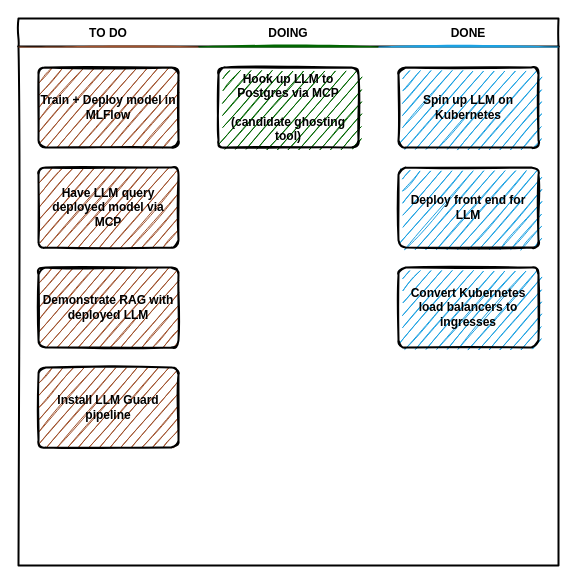
Earlier version of the draw.io diagram Kanban.drawio (rhprasad0/homelab). Source tidied: cells renumbered, new cells numbered last; positions are measured from the earlier drawing's top-left corner, leaving out a move shared by most shapes. Both pictures are drawn from the tidied source at 100%, with x=0, y=0 at pixel (18, 18).
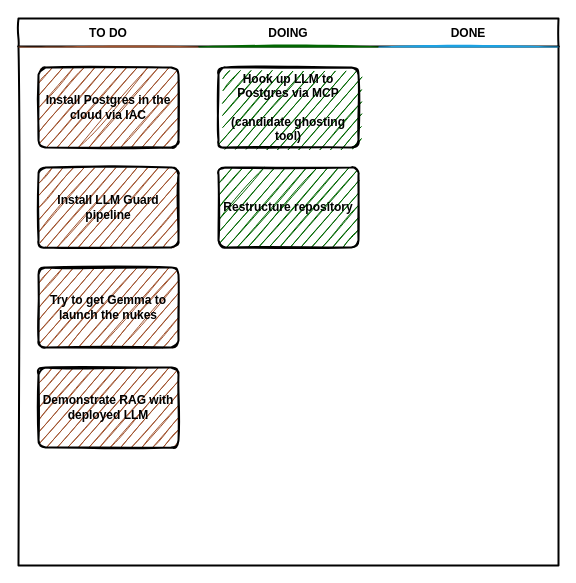
Above is the later version.

What changed in the source:
```diff
@@
 <mxGraphModel>
   <root>
     <mxCell id="0" />
     <mxCell id="1" parent="0" />
     <mxCell id="2" style="swimlane;fontStyle=2;horizontal=1;startSize=28;swimlaneFillColor=none;fontFamily=Permanent Marker;fontSize=16;verticalAlign=top;stackBorder=0;strokeWidth=2;sketch=1;disableMultiStroke=1;" parent="1" vertex="1">
       <mxGeometry width="540" height="547" as="geometry" />
     </mxCell>
     <mxCell id="3" value="TO DO" style="swimlane;strokeWidth=2;fontFamily=Permanent Marker;html=0;startSize=1;verticalAlign=bottom;spacingBottom=5;stackBorder=20;sketch=1;strokeColor=none;fillStyle=solid;fillColor=#A0522D;" parent="2" vertex="1">
       <mxGeometry y="28" width="180" height="519" as="geometry" />
     </mxCell>
-    <mxCell id="4" value="Train + Deploy model in MLFlow" style="whiteSpace=wrap;html=1;strokeWidth=2;fillColor=swimlane;fontStyle=1;spacingTop=0;rounded=1;arcSize=9;sketch=1;fontFamily=Permanent Marker;hachureGap=8;fillWeight=1;" parent="3" vertex="1">
-      <mxGeometry x="20" y="21" width="140" height="80" as="geometry" />
-    </mxCell>
-    <mxCell id="5" value="&lt;div&gt;Have LLM query deployed model via MCP&lt;/div&gt;" style="whiteSpace=wrap;html=1;strokeWidth=2;fillColor=swimlane;fontStyle=1;spacingTop=0;rounded=1;arcSize=9;sketch=1;fontFamily=Permanent Marker;hachureGap=8;fillWeight=1;" parent="3" vertex="1">
-      <mxGeometry x="20" y="121" width="140" height="80" as="geometry" />
-    </mxCell>
+    <mxCell id="14" value="Install Postgres in the cloud via IAC" style="whiteSpace=wrap;html=1;strokeWidth=2;fillColor=swimlane;fontStyle=1;spacingTop=0;rounded=1;arcSize=9;sketch=1;fontFamily=Permanent Marker;hachureGap=8;fillWeight=1;" parent="3" vertex="1">
+      <mxGeometry x="20" y="21" width="140" height="80" as="geometry" />
+    </mxCell>
+    <mxCell id="7" value="Install LLM Guard pipeline" style="whiteSpace=wrap;html=1;strokeWidth=2;fillColor=swimlane;fontStyle=1;spacingTop=0;rounded=1;arcSize=9;sketch=1;fontFamily=Permanent Marker;hachureGap=8;fillWeight=1;" parent="3" vertex="1">
+      <mxGeometry x="20" y="121" width="140" height="80" as="geometry" />
+    </mxCell>
+    <mxCell id="15" value="Try to get Gemma to launch the nukes" style="whiteSpace=wrap;html=1;strokeWidth=2;fillColor=swimlane;fontStyle=1;spacingTop=0;rounded=1;arcSize=9;sketch=1;fontFamily=Permanent Marker;hachureGap=8;fillWeight=1;" parent="3" vertex="1">
+      <mxGeometry x="20" y="221" width="140" height="80" as="geometry" />
+    </mxCell>
     <mxCell id="6" value="Demonstrate RAG with deployed LLM" style="whiteSpace=wrap;html=1;strokeWidth=2;fillColor=swimlane;fontStyle=1;spacingTop=0;rounded=1;arcSize=9;sketch=1;fontFamily=Permanent Marker;hachureGap=8;fillWeight=1;" parent="3" vertex="1">
-      <mxGeometry x="20" y="221" width="140" height="80" as="geometry" />
+      <mxGeometry x="20" y="321" width="140" height="80" as="geometry" />
     </mxCell>
-    <mxCell id="7" value="Install LLM Guard pipeline" style="whiteSpace=wrap;html=1;strokeWidth=2;fillColor=swimlane;fontStyle=1;spacingTop=0;rounded=1;arcSize=9;sketch=1;fontFamily=Permanent Marker;hachureGap=8;fillWeight=1;" parent="3" vertex="1">
-      <mxGeometry x="20" y="321" width="140" height="80" as="geometry" />
-    </mxCell>
     <mxCell id="8" value="DOING" style="swimlane;strokeWidth=2;fontFamily=Permanent Marker;html=0;startSize=1;verticalAlign=bottom;spacingBottom=5;stackBorder=20;sketch=1;strokeColor=none;fillStyle=solid;fillColor=#006600;" parent="2" vertex="1">
       <mxGeometry x="180" y="28" width="180" height="519" as="geometry" />
     </mxCell>
     <mxCell id="9" value="&lt;div&gt;Hook up LLM to Postgres via MCP&lt;/div&gt;&lt;div&gt;&lt;br&gt;&lt;/div&gt;&lt;div&gt;(candidate ghosting tool)&lt;/div&gt;" style="whiteSpace=wrap;html=1;strokeWidth=2;fillColor=swimlane;fontStyle=1;spacingTop=0;rounded=1;arcSize=9;sketch=1;fontFamily=Permanent Marker;hachureGap=8;fillWeight=1;" parent="8" vertex="1">
       <mxGeometry x="20" y="21" width="140" height="80" as="geometry" />
     </mxCell>
+    <mxCell id="16" value="Restructure repository" style="whiteSpace=wrap;html=1;strokeWidth=2;fillColor=swimlane;fontStyle=1;spacingTop=0;rounded=1;arcSize=9;sketch=1;fontFamily=Permanent Marker;hachureGap=8;fillWeight=1;" parent="8" vertex="1">
+      <mxGeometry x="20" y="121" width="140" height="80" as="geometry" />
+    </mxCell>
     <mxCell id="10" value="DONE" style="swimlane;strokeWidth=2;fontFamily=Permanent Marker;html=0;startSize=1;verticalAlign=bottom;spacingBottom=5;stackBorder=20;sketch=1;strokeColor=none;fillStyle=solid;fillColor=#1BA1E2;" parent="2" vertex="1">
       <mxGeometry x="360" y="28" width="180" height="519" as="geometry" />
     </mxCell>
-    <mxCell id="11" value="Spin up LLM on Kubernetes" style="whiteSpace=wrap;html=1;strokeWidth=2;fillColor=swimlane;fontStyle=1;spacingTop=0;rounded=1;arcSize=9;sketch=1;fontFamily=Permanent Marker;hachureGap=8;fillWeight=1;" parent="10" vertex="1">
-      <mxGeometry x="20" y="21" width="140" height="80" as="geometry" />
-    </mxCell>
-    <mxCell id="12" value="Deploy front end for LLM" style="whiteSpace=wrap;html=1;strokeWidth=2;fillColor=swimlane;fontStyle=1;spacingTop=0;rounded=1;arcSize=9;sketch=1;fontFamily=Permanent Marker;hachureGap=8;fillWeight=1;" parent="10" vertex="1">
-      <mxGeometry x="20" y="121" width="140" height="80" as="geometry" />
-    </mxCell>
-    <mxCell id="13" value="Convert Kubernetes load balancers to ingresses" style="whiteSpace=wrap;html=1;strokeWidth=2;fillColor=swimlane;fontStyle=1;spacingTop=0;rounded=1;arcSize=9;sketch=1;fontFamily=Permanent Marker;hachureGap=8;fillWeight=1;" parent="10" vertex="1">
-      <mxGeometry x="20" y="221" width="140" height="80" as="geometry" />
-    </mxCell>
   </root>
 </mxGraphModel>
```
